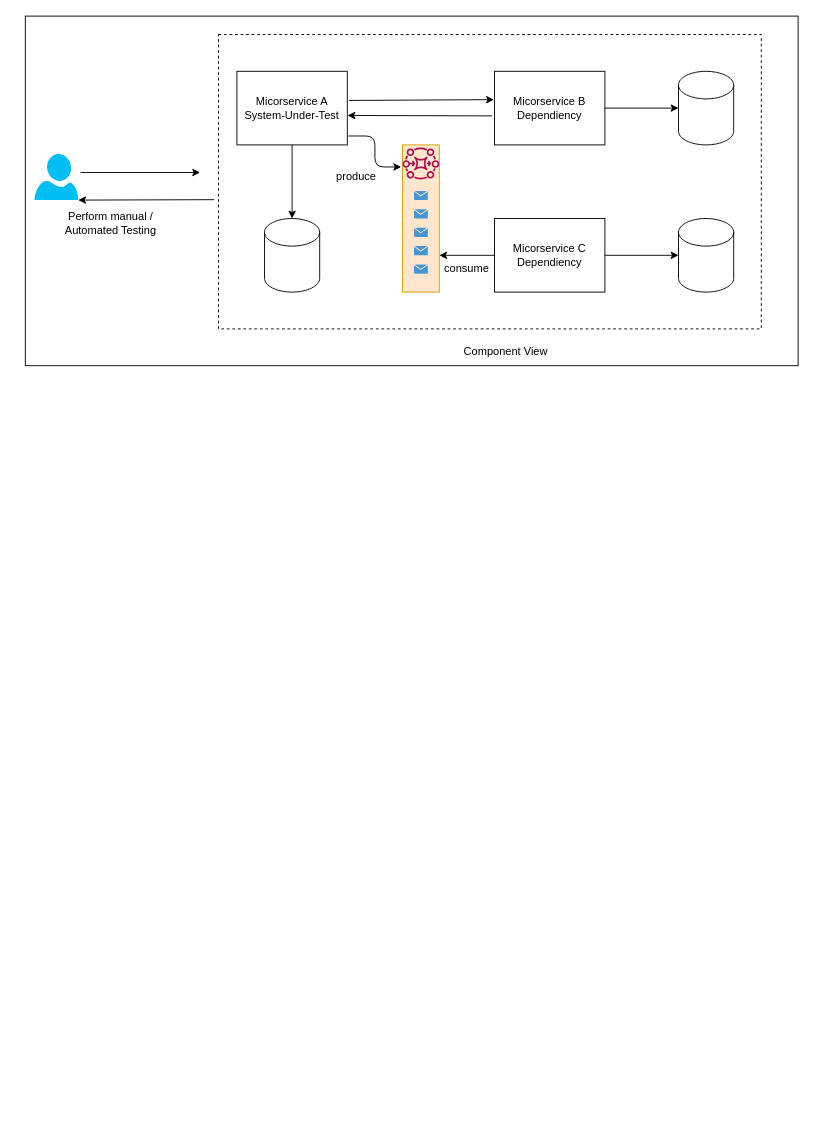
This is page "component-testing" (5 of 5) of images/microservice-testing.drawio from josdoaitran/microservices-everything, a draw.io file, before an edit. Source tidied: cells renumbered, new cells numbered last; positions are measured from the earlier drawing's top-left corner, leaving out a move shared by most shapes. Both pictures are drawn from the tidied source at 92%, with x=0, y=0 at pixel (25, 16).
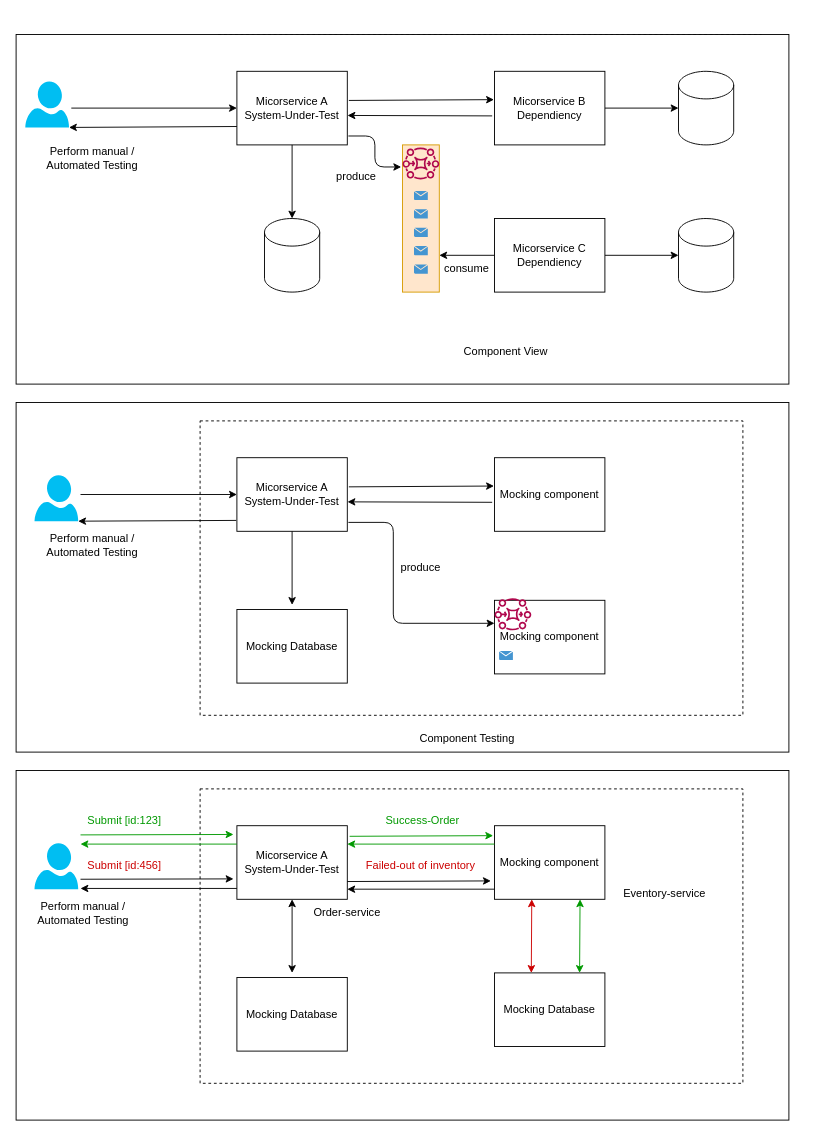
The same diagram, later.

Commit message (it also covers changes not shown here):
update component testing

The change refers to these unchanged cells:
```xml
<mxCell id="4" value="Micorservice A&lt;br&gt;System-Under-Test" style="rounded=0;whiteSpace=wrap;html=1;" parent="1" vertex="1">
  <mxGeometry x="230" y="60" width="120" height="80" as="geometry" />
</mxCell>
```

What changed in the source:
```diff
@@
+    <mxCell id="31" style="rounded=0;whiteSpace=wrap;html=1;fillColor=default;" parent="1" vertex="1">
+      <mxGeometry x="-10" y="820" width="840" height="380" as="geometry" />
+    </mxCell>
+    <mxCell id="32" style="rounded=0;whiteSpace=wrap;html=1;fillColor=default;" parent="1" vertex="1">
+      <mxGeometry x="-10" y="420" width="840" height="380" as="geometry" />
+    </mxCell>
+    <mxCell id="33" style="rounded=0;whiteSpace=wrap;html=1;fillColor=none;dashed=1;" parent="1" vertex="1">
+      <mxGeometry x="190" y="440" width="590" height="320" as="geometry" />
+    </mxCell>
+    <mxCell id="15" style="rounded=0;whiteSpace=wrap;html=1;fillColor=none;dashed=1;" parent="1" vertex="1">
+      <mxGeometry x="210" y="20" width="590" height="320" as="geometry" />
+    </mxCell>
     <mxCell id="2" style="rounded=0;whiteSpace=wrap;html=1;fillColor=default;" parent="1" vertex="1">
-      <mxGeometry width="840" height="380" as="geometry" />
+      <mxGeometry x="-10" y="20" width="840" height="380" as="geometry" />
     </mxCell>
@@
-    <mxCell id="15" style="rounded=0;whiteSpace=wrap;html=1;fillColor=none;dashed=1;" parent="1" vertex="1">
-      <mxGeometry x="210" y="20" width="590" height="320" as="geometry" />
-    </mxCell>
-    <mxCell id="16" style="edgeStyle=none;html=1;" parent="1" edge="1">
+    <mxCell id="16" style="edgeStyle=none;html=1;entryX=0;entryY=0.5;entryDx=0;entryDy=0;" parent="1" edge="1" target="4">
       <mxGeometry relative="1" as="geometry">
-        <mxPoint x="60" y="170" as="sourcePoint" />
-        <mxPoint x="190" y="170" as="targetPoint" />
+        <mxPoint x="50" y="100" as="sourcePoint" />
       </mxGeometry>
     </mxCell>
     <mxCell id="17" style="verticalLabelPosition=bottom;html=1;verticalAlign=top;align=center;strokeColor=none;fillColor=#00BEF2;shape=mxgraph.azure.user;dashed=1;" parent="1" vertex="1">
-      <mxGeometry x="10" y="150" width="47.5" height="50" as="geometry" />
+      <mxGeometry y="71" width="47.5" height="50" as="geometry" />
     </mxCell>
-    <mxCell id="18" style="endArrow=classic;html=1;entryX=1;entryY=1;entryDx=0;entryDy=0;entryPerimeter=0;exitX=-0.008;exitY=0.561;exitDx=0;exitDy=0;exitPerimeter=0;" parent="1" edge="1" source="15" target="17">
+    <mxCell id="18" style="endArrow=classic;html=1;entryX=1;entryY=1;entryDx=0;entryDy=0;entryPerimeter=0;exitX=0;exitY=0.75;exitDx=0;exitDy=0;" parent="1" edge="1" source="4" target="17">
       <mxGeometry relative="1" as="geometry" />
     </mxCell>
@@
     <mxCell id="29" value="Perform manual / Automated Testing" style="text;html=1;strokeColor=none;fillColor=none;align=center;verticalAlign=middle;whiteSpace=wrap;rounded=0;" parent="1" vertex="1">
-      <mxGeometry x="30" y="210" width="126.2" height="30" as="geometry" />
+      <mxGeometry x="10" y="140" width="126.2" height="30" as="geometry" />
     </mxCell>
@@
+    <mxCell id="34" value="Micorservice A&lt;br&gt;System-Under-Test" style="rounded=0;whiteSpace=wrap;html=1;" parent="1" vertex="1">
+      <mxGeometry x="230" y="480" width="120" height="80" as="geometry" />
+    </mxCell>
+    <mxCell id="35" value="Mocking component" style="rounded=0;whiteSpace=wrap;html=1;" parent="1" vertex="1">
+      <mxGeometry x="510" y="480" width="120" height="80" as="geometry" />
+    </mxCell>
+    <mxCell id="36" style="endArrow=classic;html=1;exitX=1.014;exitY=0.396;exitDx=0;exitDy=0;entryX=-0.005;entryY=0.385;entryDx=0;entryDy=0;exitPerimeter=0;entryPerimeter=0;" parent="1" edge="1" source="34" target="35">
+      <mxGeometry relative="1" as="geometry" />
+    </mxCell>
+    <mxCell id="37" style="endArrow=classic;html=1;entryX=0.5;entryY=0;entryDx=0;entryDy=0;entryPerimeter=0;exitX=0.5;exitY=1;exitDx=0;exitDy=0;" parent="1" edge="1" source="34">
+      <mxGeometry relative="1" as="geometry">
+        <mxPoint x="290" y="640" as="targetPoint" />
+      </mxGeometry>
+    </mxCell>
+    <mxCell id="38" style="endArrow=classic;html=1;exitX=1.01;exitY=0.879;exitDx=0;exitDy=0;edgeStyle=orthogonalEdgeStyle;exitPerimeter=0;" parent="1" edge="1" source="34" target="47">
+      <mxGeometry relative="1" as="geometry">
+        <Array as="points">
+          <mxPoint x="400" y="550" />
+          <mxPoint x="400" y="660" />
+        </Array>
+      </mxGeometry>
+    </mxCell>
+    <mxCell id="39" style="edgeStyle=none;html=1;entryX=0;entryY=0.5;entryDx=0;entryDy=0;" parent="1" edge="1" target="34">
+      <mxGeometry relative="1" as="geometry">
+        <mxPoint x="60" y="520" as="sourcePoint" />
+      </mxGeometry>
+    </mxCell>
+    <mxCell id="40" style="verticalLabelPosition=bottom;html=1;verticalAlign=top;align=center;strokeColor=none;fillColor=#00BEF2;shape=mxgraph.azure.user;dashed=1;" parent="1" vertex="1">
+      <mxGeometry x="10" y="499" width="47.5" height="50" as="geometry" />
+    </mxCell>
+    <mxCell id="41" style="endArrow=classic;html=1;entryX=1;entryY=1;entryDx=0;entryDy=0;entryPerimeter=0;exitX=-0.006;exitY=0.852;exitDx=0;exitDy=0;exitPerimeter=0;" parent="1" edge="1" source="34" target="40">
+      <mxGeometry relative="1" as="geometry" />
+    </mxCell>
+    <mxCell id="42" style="endArrow=classic;html=1;entryX=1.002;entryY=0.6;entryDx=0;entryDy=0;entryPerimeter=0;exitX=-0.021;exitY=0.606;exitDx=0;exitDy=0;exitPerimeter=0;" parent="1" edge="1" source="35" target="34">
+      <mxGeometry relative="1" as="geometry" />
+    </mxCell>
+    <mxCell id="43" value="produce" style="text;html=1;strokeColor=none;fillColor=none;align=center;verticalAlign=middle;whiteSpace=wrap;rounded=0;" parent="1" vertex="1">
+      <mxGeometry x="400" y="585" width="60" height="30" as="geometry" />
+    </mxCell>
+    <mxCell id="44" value="Perform manual / Automated Testing" style="text;html=1;strokeColor=none;fillColor=none;align=center;verticalAlign=middle;whiteSpace=wrap;rounded=0;" parent="1" vertex="1">
+      <mxGeometry x="10" y="560" width="126.2" height="30" as="geometry" />
+    </mxCell>
+    <mxCell id="45" value="Component Testing" style="text;html=1;strokeColor=none;fillColor=none;align=center;verticalAlign=middle;whiteSpace=wrap;rounded=0;" parent="1" vertex="1">
+      <mxGeometry x="357.5" y="770" width="245" height="30" as="geometry" />
+    </mxCell>
+    <mxCell id="46" value="Mocking component" style="rounded=0;whiteSpace=wrap;html=1;" parent="1" vertex="1">
+      <mxGeometry x="510" y="635" width="120" height="80" as="geometry" />
+    </mxCell>
+    <mxCell id="47" style="sketch=0;outlineConnect=0;fontColor=#232F3E;gradientColor=none;fillColor=#B0084D;strokeColor=none;dashed=0;verticalLabelPosition=bottom;verticalAlign=top;align=center;html=1;fontSize=12;fontStyle=0;shape=mxgraph.aws4.mq_broker;" parent="1" vertex="1">
+      <mxGeometry x="510" y="630" width="40" height="40" as="geometry" />
+    </mxCell>
+    <mxCell id="48" style="shadow=0;dashed=0;html=1;strokeColor=none;fillColor=#4495D1;labelPosition=center;verticalLabelPosition=bottom;verticalAlign=top;align=center;shape=mxgraph.veeam.2d.letter;" parent="1" vertex="1">
+      <mxGeometry x="515" y="690" width="15" height="10" as="geometry" />
+    </mxCell>
+    <mxCell id="49" value="Mocking Database" style="rounded=0;whiteSpace=wrap;html=1;" parent="1" vertex="1">
+      <mxGeometry x="230" y="645" width="120" height="80" as="geometry" />
+    </mxCell>
+    <mxCell id="50" style="rounded=0;whiteSpace=wrap;html=1;fillColor=none;dashed=1;" parent="1" vertex="1">
+      <mxGeometry x="190" y="840" width="590" height="320" as="geometry" />
+    </mxCell>
+    <mxCell id="51" value="Micorservice A&lt;br&gt;System-Under-Test" style="rounded=0;whiteSpace=wrap;html=1;" parent="1" vertex="1">
+      <mxGeometry x="230" y="880" width="120" height="80" as="geometry" />
+    </mxCell>
+    <mxCell id="52" value="Mocking component" style="rounded=0;whiteSpace=wrap;html=1;" parent="1" vertex="1">
+      <mxGeometry x="510" y="880" width="120" height="80" as="geometry" />
+    </mxCell>
+    <mxCell id="53" style="endArrow=classic;html=1;exitX=1.021;exitY=0.144;exitDx=0;exitDy=0;entryX=-0.012;entryY=0.135;entryDx=0;entryDy=0;exitPerimeter=0;entryPerimeter=0;strokeColor=#009900;" parent="1" edge="1" source="51" target="52">
+      <mxGeometry relative="1" as="geometry" />
+    </mxCell>
+    <mxCell id="54" style="endArrow=classic;html=1;entryX=0.5;entryY=0;entryDx=0;entryDy=0;entryPerimeter=0;exitX=0.5;exitY=1;exitDx=0;exitDy=0;startArrow=classic;startFill=1;" parent="1" edge="1" source="51">
+      <mxGeometry relative="1" as="geometry">
+        <mxPoint x="290" y="1040" as="targetPoint" />
+      </mxGeometry>
+    </mxCell>
+    <mxCell id="55" style="edgeStyle=none;html=1;entryX=-0.031;entryY=0.119;entryDx=0;entryDy=0;entryPerimeter=0;strokeColor=#009900;" parent="1" edge="1" target="51">
+      <mxGeometry relative="1" as="geometry">
+        <mxPoint x="60" y="890" as="sourcePoint" />
+      </mxGeometry>
+    </mxCell>
+    <mxCell id="56" style="verticalLabelPosition=bottom;html=1;verticalAlign=top;align=center;strokeColor=none;fillColor=#00BEF2;shape=mxgraph.azure.user;dashed=1;" parent="1" vertex="1">
+      <mxGeometry x="10" y="899" width="47.5" height="50" as="geometry" />
+    </mxCell>
+    <mxCell id="57" style="endArrow=classic;html=1;exitX=0;exitY=0.25;exitDx=0;exitDy=0;strokeColor=#009900;" parent="1" edge="1" source="51">
+      <mxGeometry relative="1" as="geometry">
+        <mxPoint x="60" y="900" as="targetPoint" />
+      </mxGeometry>
+    </mxCell>
+    <mxCell id="58" style="endArrow=classic;html=1;entryX=1;entryY=0.25;entryDx=0;entryDy=0;exitX=0;exitY=0.25;exitDx=0;exitDy=0;strokeColor=#009900;" parent="1" edge="1" source="52" target="51">
+      <mxGeometry relative="1" as="geometry" />
+    </mxCell>
+    <mxCell id="59" value="Perform manual / Automated Testing" style="text;html=1;strokeColor=none;fillColor=none;align=center;verticalAlign=middle;whiteSpace=wrap;rounded=0;" parent="1" vertex="1">
+      <mxGeometry y="960" width="126.2" height="30" as="geometry" />
+    </mxCell>
+    <mxCell id="60" value="Mocking Database" style="rounded=0;whiteSpace=wrap;html=1;" parent="1" vertex="1">
+      <mxGeometry x="230" y="1045" width="120" height="80" as="geometry" />
+    </mxCell>
+    <mxCell id="61" value="Eventory-service" style="text;html=1;strokeColor=none;fillColor=none;align=center;verticalAlign=middle;whiteSpace=wrap;rounded=0;" parent="1" vertex="1">
+      <mxGeometry x="645" y="939" width="100" height="30" as="geometry" />
+    </mxCell>
+    <mxCell id="62" style="endArrow=classic;html=1;entryX=0.5;entryY=0;entryDx=0;entryDy=0;entryPerimeter=0;strokeColor=#009900;startArrow=classic;startFill=1;" parent="1" edge="1">
+      <mxGeometry relative="1" as="geometry">
+        <mxPoint x="603" y="960" as="sourcePoint" />
+        <mxPoint x="602.5" y="1040" as="targetPoint" />
+      </mxGeometry>
+    </mxCell>
+    <mxCell id="63" value="Order-service" style="text;html=1;strokeColor=none;fillColor=none;align=center;verticalAlign=middle;whiteSpace=wrap;rounded=0;" parent="1" vertex="1">
+      <mxGeometry x="300" y="960" width="100" height="30" as="geometry" />
+    </mxCell>
+    <mxCell id="64" value="Mocking Database" style="rounded=0;whiteSpace=wrap;html=1;" parent="1" vertex="1">
+      <mxGeometry x="510" y="1040" width="120" height="80" as="geometry" />
+    </mxCell>
+    <mxCell id="65" style="edgeStyle=none;html=1;entryX=-0.031;entryY=0.119;entryDx=0;entryDy=0;entryPerimeter=0;" parent="1" edge="1">
+      <mxGeometry relative="1" as="geometry">
+        <mxPoint x="60" y="938.2" as="sourcePoint" />
+        <mxPoint x="226.3" y="937.8" as="targetPoint" />
+      </mxGeometry>
+    </mxCell>
+    <mxCell id="66" style="endArrow=classic;html=1;exitX=0;exitY=0.25;exitDx=0;exitDy=0;" parent="1" edge="1">
+      <mxGeometry relative="1" as="geometry">
+        <mxPoint x="230" y="948.2" as="sourcePoint" />
+        <mxPoint x="60" y="948.2" as="targetPoint" />
+      </mxGeometry>
+    </mxCell>
+    <mxCell id="67" style="endArrow=classic;html=1;exitX=1.021;exitY=0.144;exitDx=0;exitDy=0;entryX=-0.012;entryY=0.135;entryDx=0;entryDy=0;exitPerimeter=0;entryPerimeter=0;" parent="1" edge="1">
+      <mxGeometry relative="1" as="geometry">
+        <mxPoint x="350" y="940.7" as="sourcePoint" />
+        <mxPoint x="506" y="940" as="targetPoint" />
+      </mxGeometry>
+    </mxCell>
+    <mxCell id="68" style="endArrow=classic;html=1;entryX=1;entryY=0.25;entryDx=0;entryDy=0;exitX=0;exitY=0.25;exitDx=0;exitDy=0;" parent="1" edge="1">
+      <mxGeometry relative="1" as="geometry">
+        <mxPoint x="510" y="949" as="sourcePoint" />
+        <mxPoint x="350" y="949" as="targetPoint" />
+      </mxGeometry>
+    </mxCell>
+    <mxCell id="69" value="Submit [id:123]" style="text;html=1;strokeColor=none;fillColor=none;align=center;verticalAlign=middle;whiteSpace=wrap;rounded=0;fontColor=#009900;" parent="1" vertex="1">
+      <mxGeometry x="66.2" y="860" width="83.8" height="30" as="geometry" />
+    </mxCell>
+    <mxCell id="70" value="Submit [id:456]" style="text;html=1;strokeColor=none;fillColor=none;align=center;verticalAlign=middle;whiteSpace=wrap;rounded=0;fontColor=#CC0000;" parent="1" vertex="1">
+      <mxGeometry x="66.2" y="909" width="83.8" height="30" as="geometry" />
+    </mxCell>
+    <mxCell id="71" value="Success-Order" style="text;html=1;strokeColor=none;fillColor=none;align=center;verticalAlign=middle;whiteSpace=wrap;rounded=0;fontColor=#009900;" parent="1" vertex="1">
+      <mxGeometry x="390" y="860" width="83.8" height="30" as="geometry" />
+    </mxCell>
+    <mxCell id="72" value="Failed-out of inventory" style="text;html=1;strokeColor=none;fillColor=none;align=center;verticalAlign=middle;whiteSpace=wrap;rounded=0;fontColor=#CC0000;" parent="1" vertex="1">
+      <mxGeometry x="368.1" y="909" width="123.8" height="30" as="geometry" />
+    </mxCell>
+    <mxCell id="73" style="endArrow=classic;html=1;entryX=0.5;entryY=0;entryDx=0;entryDy=0;entryPerimeter=0;strokeColor=#CC0000;startArrow=classic;startFill=1;" parent="1" edge="1">
+      <mxGeometry relative="1" as="geometry">
+        <mxPoint x="550.5" y="960" as="sourcePoint" />
+        <mxPoint x="550" y="1040" as="targetPoint" />
+      </mxGeometry>
+    </mxCell>
```
